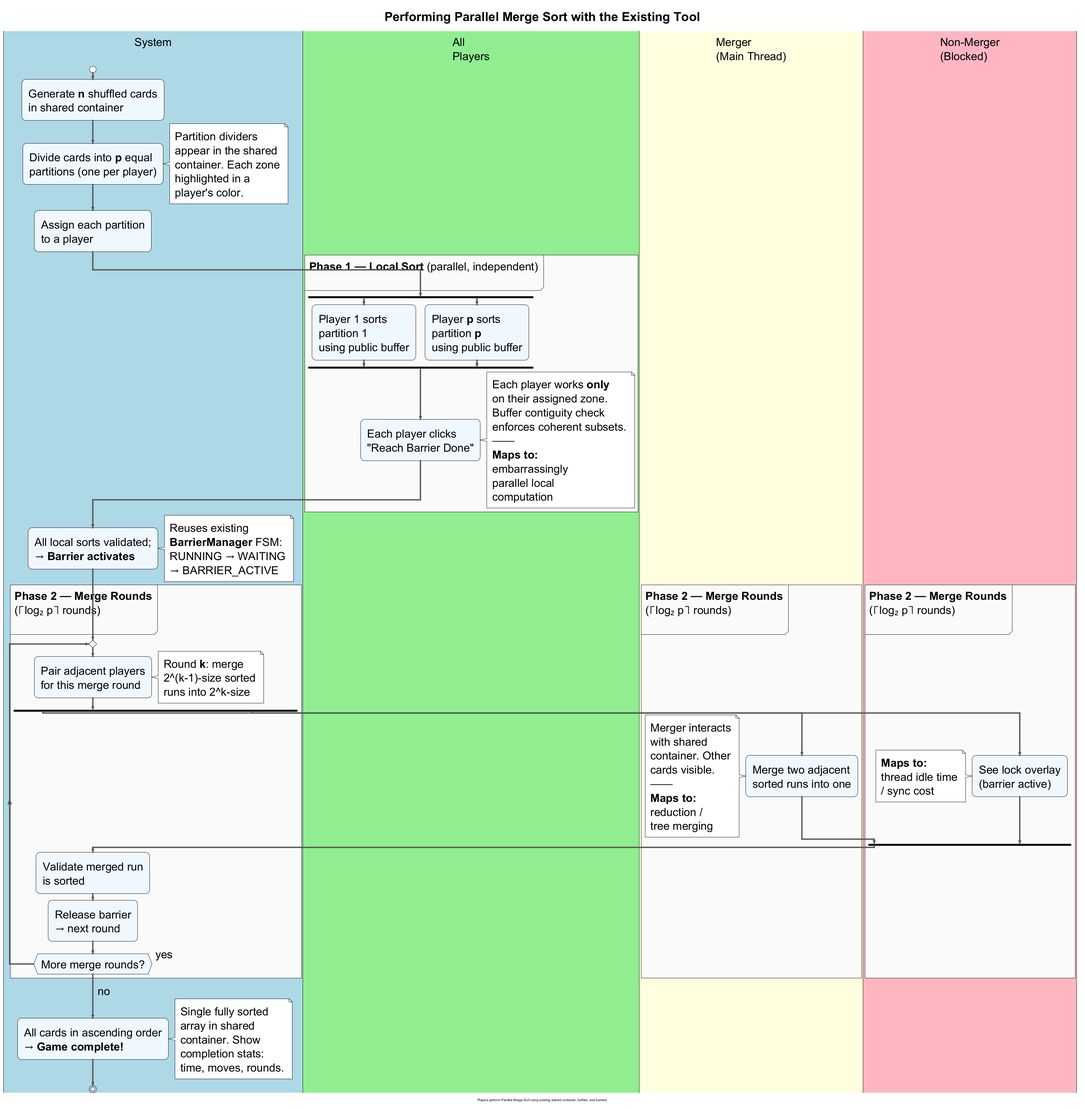
The PlantUML diagram figures/diagrams/parallel-mergesort-game-flow.png in Siponek/HPC-thesis, before a commit.
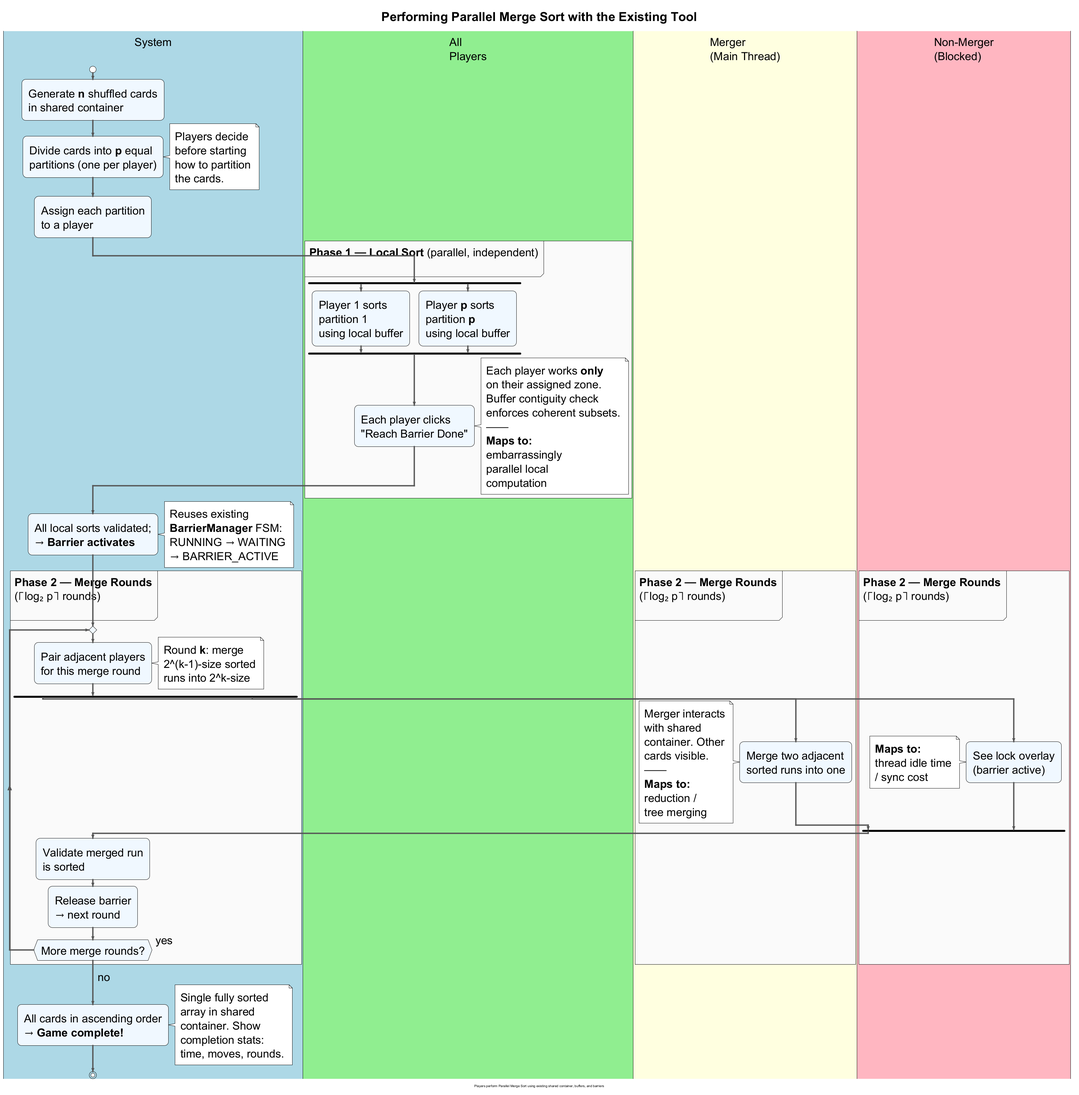
The same file after the commit.

What changed in the source:
```diff
@@ -29,11 +29,10 @@
 :Divide cards into **p** equal\npartitions (one per player);
 
 note right
-  Partition dividers
-  appear in the shared
-  container. Each zone
-  highlighted in a
-  player's color.
+  Players decide
+  before starting
+  how to partition
+  the cards.
 end note
 :Assign each partition\nto a player;
 
@@ -41,9 +40,9 @@
 
     |All\nPlayers|
     fork
-        :Player 1 sorts\npartition 1\nusing public buffer;
+        :Player 1 sorts\npartition 1\nusing local buffer;
     fork again
-        :Player **p** sorts\npartition **p**\nusing public buffer;
+        :Player **p** sorts\npartition **p**\nusing local buffer;
     end fork
 
     :Each player clicks\n"Reach Barrier Done";
```
